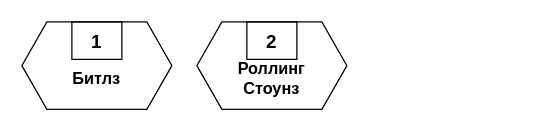
This is page "Bands" (2 of 8) of dbMusicW.drawio from anngritsuk/Graph-database, a draw.io file, before an edit. Source tidied: cells renumbered, new cells numbered last; positions are measured from the earlier drawing's top-left corner, leaving out a move shared by most shapes. Both pictures are drawn from the tidied source at 125%, with x=0, y=0 at pixel (21, 21).
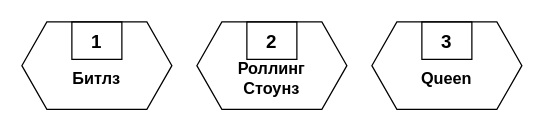
After the change.

Diff of the diagram source:
```diff
@@
 <mxGraphModel>
   <root>
     <mxCell id="0" />
     <mxCell id="1" parent="0" />
     <mxCell id="2" style="group;" parent="1" vertex="1">
       <mxGeometry width="120" height="70" as="geometry" />
     </mxCell>
     <mxCell id="3" style="shape=hexagon;perimeter=hexagonPerimeter2;whiteSpace=wrap;html=1;fixedSize=1;fillColor=none;" parent="2" vertex="1">
       <mxGeometry width="120" height="70" as="geometry" />
     </mxCell>
     <mxCell id="4" value="&lt;b&gt;&lt;font style=&quot;font-size: 15px;&quot;&gt;1&lt;/font&gt;&lt;/b&gt;" style="rounded=0;whiteSpace=wrap;html=1;fillColor=none;" parent="2" vertex="1">
       <mxGeometry x="40" width="40" height="30" as="geometry" />
     </mxCell>
     <mxCell id="5" value="&lt;span style=&quot;font-size: 13px;&quot;&gt;&lt;b&gt;Битлз&lt;/b&gt;&lt;/span&gt;" style="text;html=1;strokeColor=none;fillColor=none;align=center;verticalAlign=middle;whiteSpace=wrap;rounded=0;fontFamily=Helvetica;" parent="2" vertex="1">
       <mxGeometry x="30" y="30" width="60" height="30" as="geometry" />
     </mxCell>
     <mxCell id="6" style="group;" parent="1" vertex="1">
       <mxGeometry x="140" width="120" height="70" as="geometry" />
     </mxCell>
     <mxCell id="7" style="shape=hexagon;perimeter=hexagonPerimeter2;whiteSpace=wrap;html=1;fixedSize=1;fillColor=none;" parent="6" vertex="1">
       <mxGeometry width="120" height="70" as="geometry" />
     </mxCell>
     <mxCell id="8" value="&lt;b&gt;&lt;font style=&quot;font-size: 15px;&quot;&gt;2&lt;/font&gt;&lt;/b&gt;" style="rounded=0;whiteSpace=wrap;html=1;fillColor=none;" parent="6" vertex="1">
       <mxGeometry x="40" width="40" height="30" as="geometry" />
     </mxCell>
     <mxCell id="9" value="&lt;span style=&quot;font-size: 13px;&quot;&gt;&lt;b&gt;Роллинг Стоунз&lt;/b&gt;&lt;/span&gt;" style="text;html=1;strokeColor=none;fillColor=none;align=center;verticalAlign=middle;whiteSpace=wrap;rounded=0;fontFamily=Helvetica;" parent="6" vertex="1">
       <mxGeometry x="30" y="30" width="60" height="30" as="geometry" />
     </mxCell>
+    <mxCell id="10" style="group;" parent="1" vertex="1">
+      <mxGeometry x="280" width="120" height="70" as="geometry" />
+    </mxCell>
+    <mxCell id="11" style="shape=hexagon;perimeter=hexagonPerimeter2;whiteSpace=wrap;html=1;fixedSize=1;fillColor=none;" parent="10" vertex="1">
+      <mxGeometry width="120" height="70" as="geometry" />
+    </mxCell>
+    <mxCell id="12" value="&lt;b&gt;&lt;font style=&quot;font-size: 15px;&quot;&gt;3&lt;/font&gt;&lt;/b&gt;" style="rounded=0;whiteSpace=wrap;html=1;fillColor=none;" parent="10" vertex="1">
+      <mxGeometry x="40" width="40" height="30" as="geometry" />
+    </mxCell>
+    <mxCell id="13" value="&lt;span style=&quot;font-size: 13px;&quot;&gt;&lt;b&gt;Queen&lt;/b&gt;&lt;/span&gt;" style="text;html=1;strokeColor=none;fillColor=none;align=center;verticalAlign=middle;whiteSpace=wrap;rounded=0;fontFamily=Helvetica;" parent="10" vertex="1">
+      <mxGeometry x="30" y="30" width="60" height="30" as="geometry" />
+    </mxCell>
   </root>
 </mxGraphModel>
```
